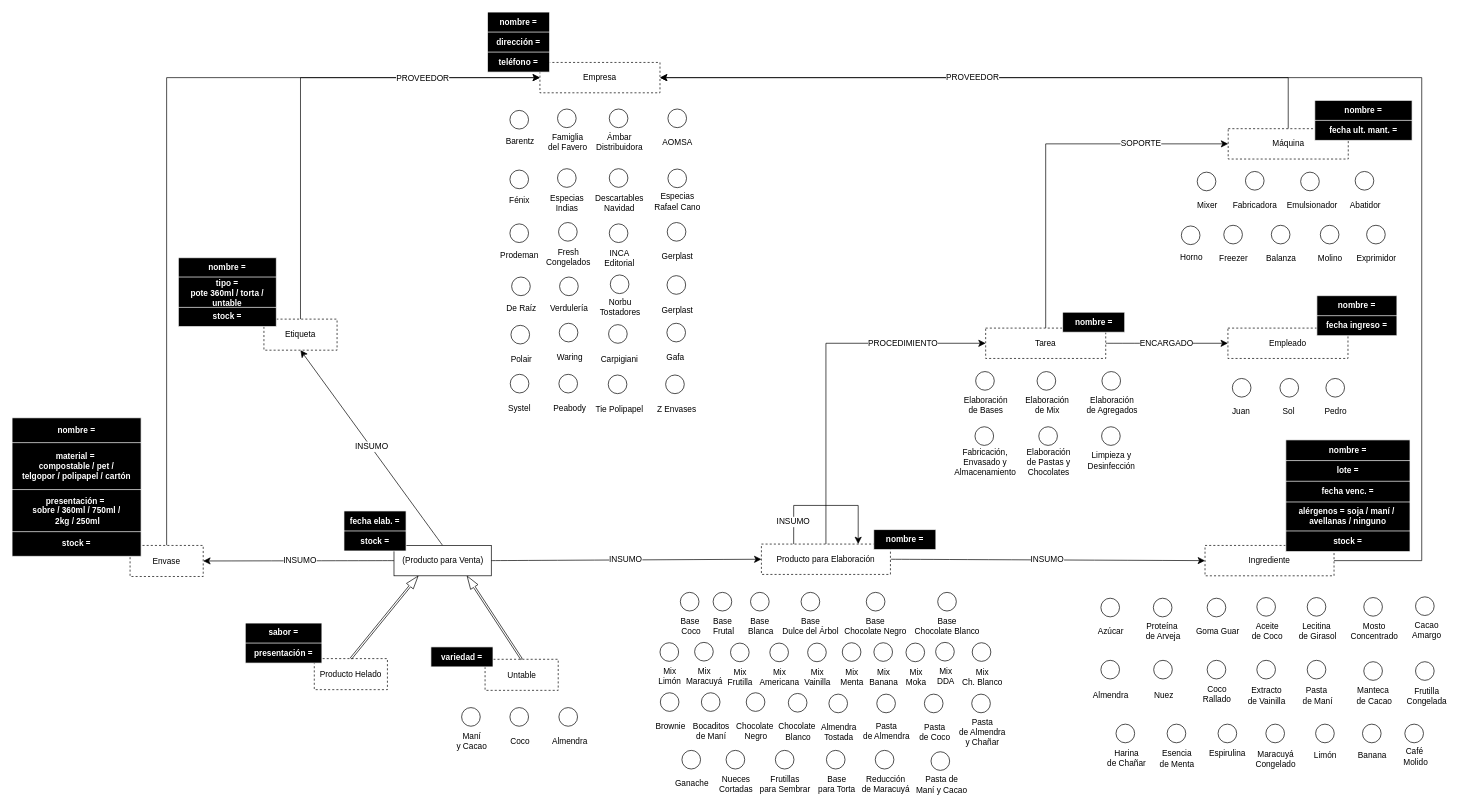
The draw.io diagram Untitled Diagram.drawio in franualba/diagrams, before the edit. Source tidied: cells renumbered, new cells numbered last; positions are measured from the earlier drawing's top-left corner, leaving out a move shared by most shapes. Both pictures are drawn from the tidied source at 69%, with x=0, y=0 at pixel (12, 12).
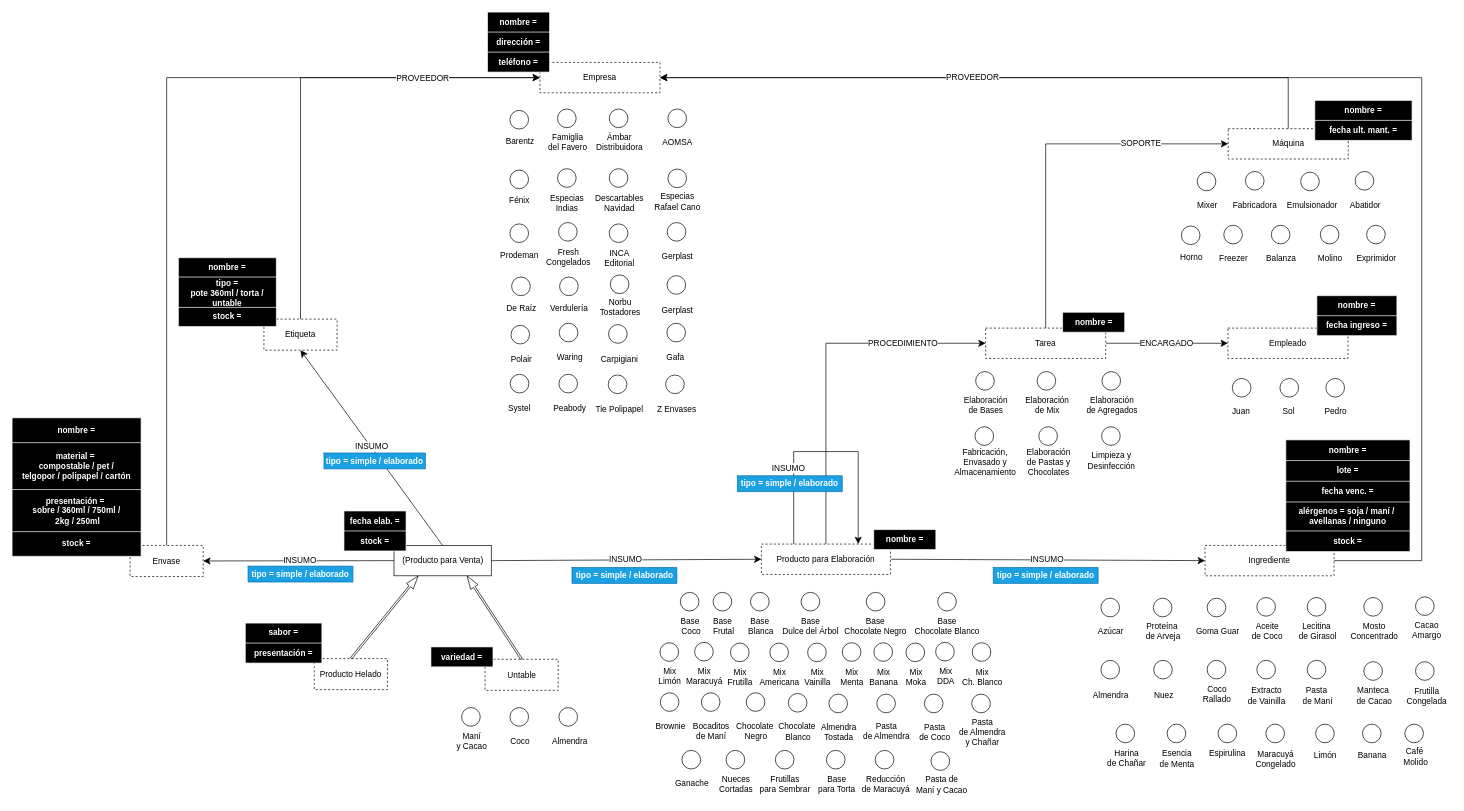
After the change.

Unchanged cells that the change refers to:
```xml
<mxCell id="11" value="Producto para Elaboración" style="rounded=0;whiteSpace=wrap;html=1;dashed=1;" parent="1" vertex="1">
  <mxGeometry x="1086" y="771" width="187" height="44" as="geometry" />
</mxCell>
```

Change to the diagram source:
```diff
@@
     <mxCell id="290" style="edgeStyle=elbowEdgeStyle;rounded=0;orthogonalLoop=1;jettySize=auto;html=1;exitX=0.25;exitY=0;exitDx=0;exitDy=0;entryX=0.75;entryY=0;entryDx=0;entryDy=0;fontSize=12;startSize=8;endSize=8;elbow=vertical;" parent="1" edge="1" source="11" target="11">
       <mxGeometry relative="1" as="geometry">
         <Array as="points">
-          <mxPoint x="1175" y="715" />
+          <mxPoint x="1173" y="637" />
         </Array>
       </mxGeometry>
     </mxCell>
@@
+    <mxCell id="292" style="shape=table;startSize=0;childLayout=tableLayout;fillColor=#1ba1e2;strokeColor=#006EAF;labelPosition=left;verticalLabelPosition=middle;align=right;verticalAlign=middle;fontColor=#ffffff;" parent="1" vertex="1">
+      <mxGeometry x="1051.2" y="672" width="152" height="23" as="geometry" />
+    </mxCell>
+    <mxCell id="293" style="shape=tableRow;horizontal=0;startSize=0;swimlaneHead=0;swimlaneBody=0;strokeColor=inherit;top=0;left=0;bottom=0;right=0;fillColor=none;" parent="292" vertex="1">
+      <mxGeometry width="152" height="23" as="geometry" />
+    </mxCell>
+    <mxCell id="294" value="&lt;font color=&quot;#ffffff&quot;&gt;tipo = simple / elaborado&lt;br&gt;&lt;/font&gt;" style="shape=partialRectangle;html=1;whiteSpace=wrap;strokeColor=inherit;overflow=hidden;fillColor=none;top=0;left=0;bottom=0;right=0;fontStyle=1;fontSize=12;" parent="293" vertex="1">
+      <mxGeometry width="152" height="23" as="geometry" />
+    </mxCell>
+    <mxCell id="295" style="shape=table;startSize=0;childLayout=tableLayout;fillColor=#1ba1e2;strokeColor=#006EAF;labelPosition=left;verticalLabelPosition=middle;align=right;verticalAlign=middle;fontColor=#ffffff;" parent="1" vertex="1">
+      <mxGeometry x="342" y="803" width="152" height="23" as="geometry" />
+    </mxCell>
+    <mxCell id="296" style="shape=tableRow;horizontal=0;startSize=0;swimlaneHead=0;swimlaneBody=0;strokeColor=inherit;top=0;left=0;bottom=0;right=0;fillColor=none;" parent="295" vertex="1">
+      <mxGeometry width="152" height="23" as="geometry" />
+    </mxCell>
+    <mxCell id="297" value="&lt;font color=&quot;#ffffff&quot;&gt;tipo = simple / elaborado&lt;br&gt;&lt;/font&gt;" style="shape=partialRectangle;html=1;whiteSpace=wrap;strokeColor=inherit;overflow=hidden;fillColor=none;top=0;left=0;bottom=0;right=0;fontStyle=1;fontSize=12;" parent="296" vertex="1">
+      <mxGeometry width="152" height="23" as="geometry" />
+    </mxCell>
+    <mxCell id="298" style="shape=table;startSize=0;childLayout=tableLayout;fillColor=#1ba1e2;strokeColor=#006EAF;labelPosition=left;verticalLabelPosition=middle;align=right;verticalAlign=middle;fontColor=#ffffff;" parent="1" vertex="1">
+      <mxGeometry x="452" y="639" width="147" height="23" as="geometry" />
+    </mxCell>
+    <mxCell id="299" style="shape=tableRow;horizontal=0;startSize=0;swimlaneHead=0;swimlaneBody=0;strokeColor=inherit;top=0;left=0;bottom=0;right=0;fillColor=none;" parent="298" vertex="1">
+      <mxGeometry width="147" height="23" as="geometry" />
+    </mxCell>
+    <mxCell id="300" value="&lt;font color=&quot;#ffffff&quot;&gt;tipo = simple / elaborado&lt;br&gt;&lt;/font&gt;" style="shape=partialRectangle;html=1;whiteSpace=wrap;strokeColor=inherit;overflow=hidden;fillColor=none;top=0;left=0;bottom=0;right=0;fontStyle=1;fontSize=12;" parent="299" vertex="1">
+      <mxGeometry width="147" height="23" as="geometry" />
+    </mxCell>
+    <mxCell id="301" style="shape=table;startSize=0;childLayout=tableLayout;fillColor=#1ba1e2;strokeColor=#006EAF;labelPosition=left;verticalLabelPosition=middle;align=right;verticalAlign=middle;fontColor=#ffffff;" parent="1" vertex="1">
+      <mxGeometry x="1422" y="805" width="152" height="23" as="geometry" />
+    </mxCell>
+    <mxCell id="302" style="shape=tableRow;horizontal=0;startSize=0;swimlaneHead=0;swimlaneBody=0;strokeColor=inherit;top=0;left=0;bottom=0;right=0;fillColor=none;" parent="301" vertex="1">
+      <mxGeometry width="152" height="23" as="geometry" />
+    </mxCell>
+    <mxCell id="303" value="&lt;font color=&quot;#ffffff&quot;&gt;tipo = simple / elaborado&lt;br&gt;&lt;/font&gt;" style="shape=partialRectangle;html=1;whiteSpace=wrap;strokeColor=inherit;overflow=hidden;fillColor=none;top=0;left=0;bottom=0;right=0;fontStyle=1;fontSize=12;" parent="302" vertex="1">
+      <mxGeometry width="152" height="23" as="geometry" />
+    </mxCell>
+    <mxCell id="304" style="shape=table;startSize=0;childLayout=tableLayout;fillColor=#1ba1e2;strokeColor=#006EAF;labelPosition=left;verticalLabelPosition=middle;align=right;verticalAlign=middle;fontColor=#ffffff;" parent="1" vertex="1">
+      <mxGeometry x="811.5" y="805" width="152" height="23" as="geometry" />
+    </mxCell>
+    <mxCell id="305" style="shape=tableRow;horizontal=0;startSize=0;swimlaneHead=0;swimlaneBody=0;strokeColor=inherit;top=0;left=0;bottom=0;right=0;fillColor=none;" parent="304" vertex="1">
+      <mxGeometry width="152" height="23" as="geometry" />
+    </mxCell>
+    <mxCell id="306" value="&lt;font color=&quot;#ffffff&quot;&gt;tipo = simple / elaborado&lt;br&gt;&lt;/font&gt;" style="shape=partialRectangle;html=1;whiteSpace=wrap;strokeColor=inherit;overflow=hidden;fillColor=none;top=0;left=0;bottom=0;right=0;fontStyle=1;fontSize=12;" parent="305" vertex="1">
+      <mxGeometry width="152" height="23" as="geometry" />
+    </mxCell>
```
